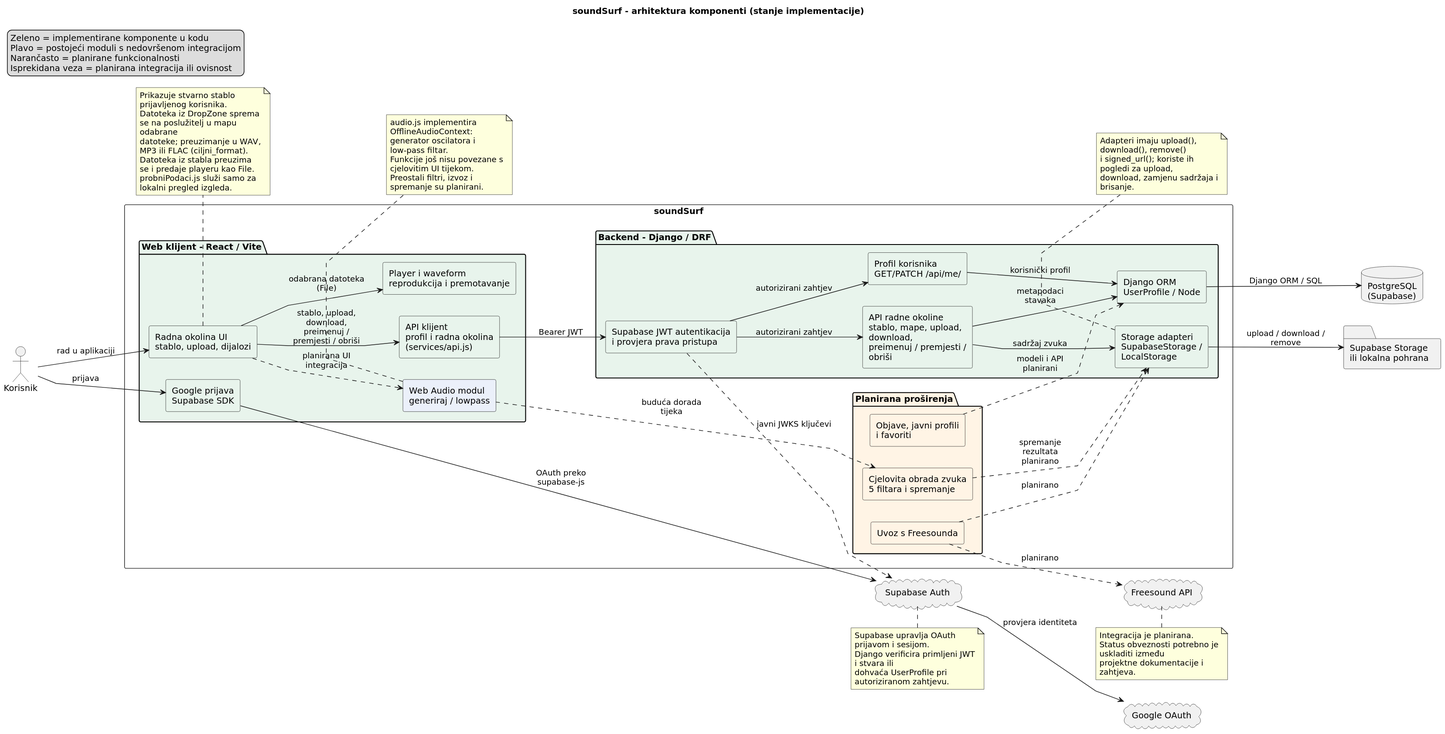
Earlier version of the PlantUML export docs/assets/diagrams/4-1-soundsurf-komponente.svg (TomaPetrusic/soundSurf). Source of this version:
```plantuml
@startuml
left to right direction
skinparam shadowing false
skinparam componentStyle rectangle
skinparam defaultFontName "DejaVu Sans"
skinparam wrapWidth 200
skinparam maxMessageSize 130
skinparam linetype polyline

title soundSurf - arhitektura komponenti (stanje implementacije)

legend top left
  Zeleno = implementirane komponente u kodu
  Plavo = postojeći moduli s nedovršenom integracijom
  Narančasto = planirane funkcionalnosti
  Isprekidana veza = planirana integracija ili ovisnost
endlegend

actor "Korisnik" as User
cloud "Google OAuth" as Google
cloud "Supabase Auth" as Auth
cloud "Freesound API" as Freesound
database "PostgreSQL\n(Supabase)" as DB
folder "Supabase Storage\nili lokalna pohrana" as Files

rectangle "soundSurf" {

  package "Web klijent - React / Vite" #E8F4EC {
    [Google prijava\nSupabase SDK] as Login #E8F4EC
    [API klijent\nprofil i radna okolina\n(services/api.js)] as ClientAPI #E8F4EC

    [Radna okolina UI\nstablo, upload, dijalozi] as WorkspaceUI #E8F4EC
    [Player i waveform\nreprodukcija i premotavanje] as Player #E8F4EC
    [Web Audio modul\ngeneriraj / lowpass] as AudioClient #EBF0FA
  }

  package "Backend - Django / DRF" #E8F4EC {
    [Supabase JWT autentikacija\ni provjera prava pristupa] as JWT #E8F4EC
    [Profil korisnika\nGET/PATCH /api/me/] as ProfileAPI #E8F4EC
    [API radne okoline\nstablo, mape, upload, download,\npreimenuj / premjesti / obriši] as WorkspaceAPI #E8F4EC
    [Django ORM\nUserProfile / Node] as ORM #E8F4EC
    [Storage adapteri\nSupabaseStorage / LocalStorage] as Storage #E8F4EC
  }

  package "Planirana proširenja" #FFF4E5 {
    [Uvoz s Freesounda] as ImportExport #FFF4E5
    [Cjelovita obrada zvuka\n5 filtara i spremanje] as Processing #FFF4E5
    [Objave, javni profili\ni favoriti] as Social #FFF4E5
  }
}

User --> Login : prijava
User --> WorkspaceUI : rad u aplikaciji

Login --> Auth : OAuth preko supabase-js
Auth --> Google : provjera identiteta

ClientAPI --> JWT : Bearer JWT
JWT ..> Auth : javni JWKS ključevi
JWT --> ProfileAPI : autorizirani zahtjev
ProfileAPI --> ORM : korisnički profil
JWT --> WorkspaceAPI : autorizirani zahtjev
WorkspaceAPI --> ORM : metapodaci stavaka
WorkspaceAPI --> Storage : sadržaj zvuka
ORM --> DB : Django ORM / SQL

WorkspaceUI --> ClientAPI : stablo, upload, download,\npreimenuj / premjesti / obriši
WorkspaceUI --> Player : odabrana datoteka (File)

WorkspaceUI ..> AudioClient : planirana UI integracija
AudioClient ..> Processing : buduća dorada tijeka

Storage --> Files : upload / download / remove
ImportExport ..> Storage : planirano
ImportExport ..> Freesound : planirano
Processing ..> Storage : spremanje rezultata\nplanirano
Social ..> ORM : modeli i API\nplanirani

note bottom of WorkspaceUI
  Prikazuje stvarno stablo prijavljenog korisnika.
  Datoteka iz DropZone sprema se na poslužitelj u mapu odabrane
  datoteke; preuzimanje u WAV, MP3 ili FLAC (ciljni_format).
  Datoteka iz stabla preuzima se i predaje playeru kao File.
  probniPodaci.js služi samo za lokalni pregled izgleda.
end note

note bottom of AudioClient
  audio.js implementira OfflineAudioContext:
  generator oscilatora i low-pass filtar.
  Funkcije još nisu povezane s cjelovitim UI tijekom.
  Preostali filtri, izvoz i spremanje su planirani.
end note

note bottom of Storage
  Adapteri imaju upload(), download(), remove()
  i signed_url(); koriste ih pogledi za upload,
  download, zamjenu sadržaja i brisanje.
end note

note bottom of Auth
  Supabase upravlja OAuth prijavom i sesijom.
  Django verificira primljeni JWT i stvara ili
  dohvaća UserProfile pri autoriziranom zahtjevu.
end note

note bottom of Freesound
  Integracija je planirana.
  Status obveznosti potrebno je uskladiti između
  projektne dokumentacije i zahtjeva.
end note
@enduml
```
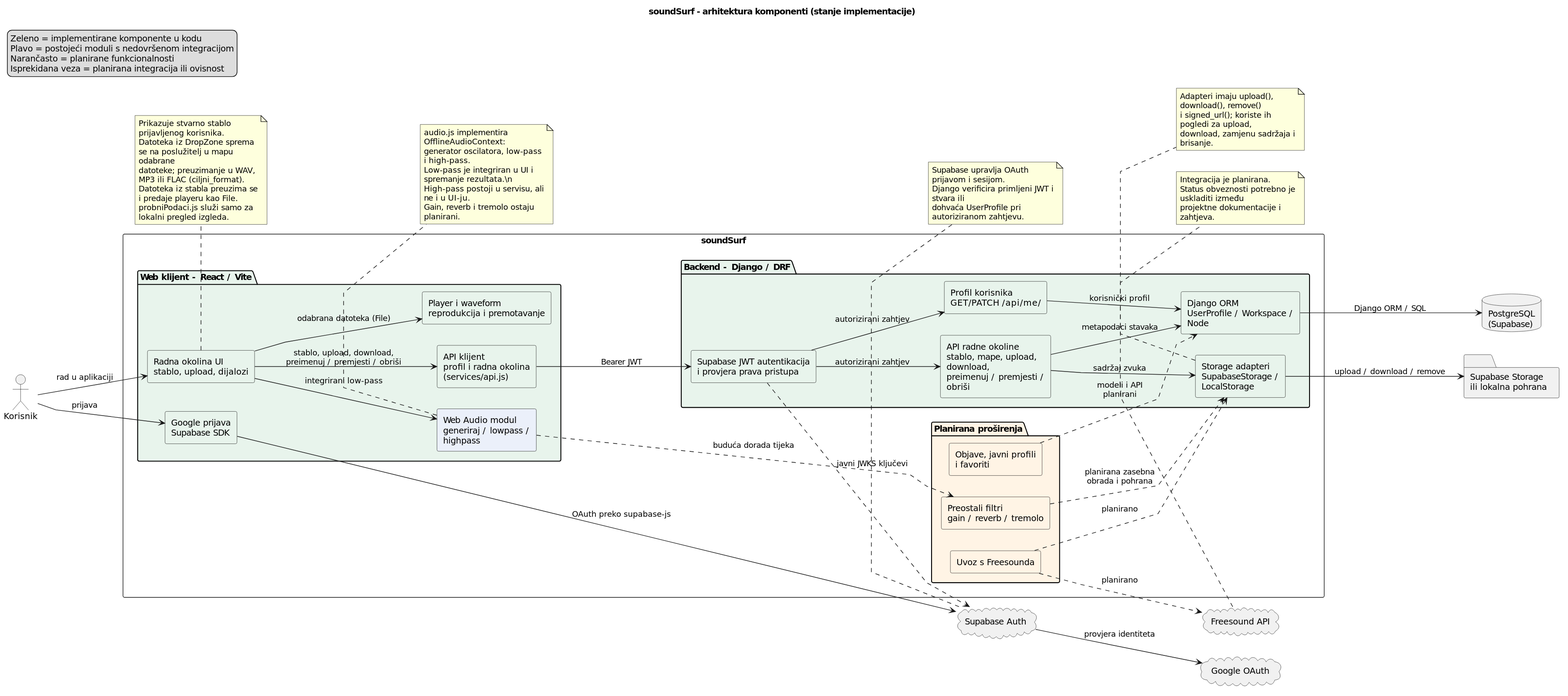
Above is the later version.

Commit message:
docs: azuriran UML dijagram komponenata (refs #57)

Diff of the diagram source:
```diff
@@ -31,20 +31,20 @@
 
     [Radna okolina UI\nstablo, upload, dijalozi] as WorkspaceUI #E8F4EC
     [Player i waveform\nreprodukcija i premotavanje] as Player #E8F4EC
-    [Web Audio modul\ngeneriraj / lowpass] as AudioClient #EBF0FA
+    [Web Audio modul\ngeneriraj / lowpass / highpass] as AudioClient #EBF0FA
   }
 
   package "Backend - Django / DRF" #E8F4EC {
     [Supabase JWT autentikacija\ni provjera prava pristupa] as JWT #E8F4EC
     [Profil korisnika\nGET/PATCH /api/me/] as ProfileAPI #E8F4EC
     [API radne okoline\nstablo, mape, upload, download,\npreimenuj / premjesti / obriši] as WorkspaceAPI #E8F4EC
-    [Django ORM\nUserProfile / Node] as ORM #E8F4EC
+    [Django ORM\nUserProfile / Workspace / Node] as ORM #E8F4EC
     [Storage adapteri\nSupabaseStorage / LocalStorage] as Storage #E8F4EC
   }
 
   package "Planirana proširenja" #FFF4E5 {
     [Uvoz s Freesounda] as ImportExport #FFF4E5
-    [Cjelovita obrada zvuka\n5 filtara i spremanje] as Processing #FFF4E5
+    [Preostali filtri\ngain / reverb / tremolo] as Processing #FFF4E5
     [Objave, javni profili\ni favoriti] as Social #FFF4E5
   }
 }
@@ -67,13 +67,13 @@
 WorkspaceUI --> ClientAPI : stablo, upload, download,\npreimenuj / premjesti / obriši
 WorkspaceUI --> Player : odabrana datoteka (File)
 
-WorkspaceUI ..> AudioClient : planirana UI integracija
+WorkspaceUI --> AudioClient : integrirani low-pass
 AudioClient ..> Processing : buduća dorada tijeka
 
 Storage --> Files : upload / download / remove
 ImportExport ..> Storage : planirano
 ImportExport ..> Freesound : planirano
-Processing ..> Storage : spremanje rezultata\nplanirano
+Processing ..> Storage : planirana zasebna\nobrada i pohrana
 Social ..> ORM : modeli i API\nplanirani
 
 note bottom of WorkspaceUI
@@ -86,9 +86,9 @@
 
 note bottom of AudioClient
   audio.js implementira OfflineAudioContext:
-  generator oscilatora i low-pass filtar.
-  Funkcije još nisu povezane s cjelovitim UI tijekom.
-  Preostali filtri, izvoz i spremanje su planirani.
+  generator oscilatora, low-pass i high-pass.
+  Low-pass je integriran u UI i spremanje rezultata.\n  High-pass postoji u servisu, ali ne i u UI-ju.
+  Gain, reverb i tremolo ostaju planirani.
 end note
 
 note bottom of Storage
```
